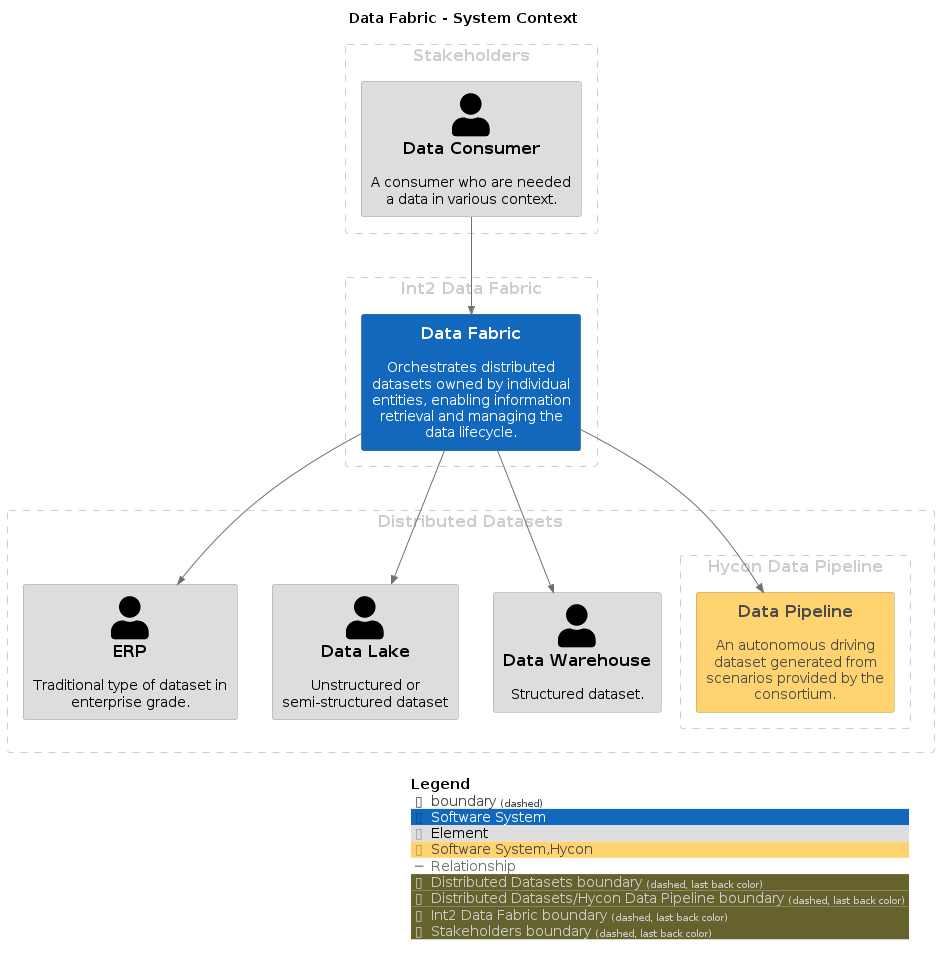
Above: master/png/SystemContext.png in IntellectusCorp/data-fabric-docs (PlantUML), before the change. Its diagram source:
```plantuml
@startuml
set separator none
title Data Fabric - System Context

top to bottom direction

!include <C4/C4>
!include <C4/C4_Context>

AddElementTag("Software System", $bgColor="#1168bd", $borderColor="#0b4884", $fontColor="#ffffff", $sprite="", $shadowing="")
AddElementTag("Element", $bgColor="#dddddd", $borderColor="#9a9a9a", $fontColor="#000000", $sprite="", $shadowing="")
AddElementTag("Software System,Hycon", $bgColor="#ffd470", $borderColor="#b2944e", $fontColor="#4a4a4a", $sprite="", $shadowing="")

AddRelTag("Relationship", $textColor="#707070", $lineColor="#707070", $lineStyle = "")

AddBoundaryTag("Distributed Datasets", $borderColor="#cccccc", $fontColor="#cccccc")
Boundary(group_1, "Distributed Datasets", $tags="Distributed Datasets") {
  Person(ERP, "ERP", $descr="Traditional type of dataset in enterprise grade.", $tags="Element", $link="")
  Person(DataLake, "Data Lake", $descr="Unstructured or semi-structured dataset", $tags="Element", $link="")
  Person(DataWarehouse, "Data Warehouse", $descr="Structured dataset.", $tags="Element", $link="")
    AddBoundaryTag("Distributed Datasets/Hycon Data Pipeline", $borderColor="#cccccc", $fontColor="#cccccc")
    Boundary(group_2, "Hycon Data Pipeline", $tags="Distributed Datasets/Hycon Data Pipeline") {
      System(DataPipeline, "Data Pipeline", $descr="An autonomous driving dataset generated from scenarios provided by the consortium.", $tags="Software System,Hycon", $link="")
    }

}

AddBoundaryTag("Int2 Data Fabric", $borderColor="#cccccc", $fontColor="#cccccc")
Boundary(group_3, "Int2 Data Fabric", $tags="Int2 Data Fabric") {
  System(DataFabric, "Data Fabric", $descr="Orchestrates distributed datasets owned by individual entities, enabling information retrieval and managing the data lifecycle.", $tags="Software System", $link="")
}

AddBoundaryTag("Stakeholders", $borderColor="#cccccc", $fontColor="#cccccc")
Boundary(group_4, "Stakeholders", $tags="Stakeholders") {
  Person(DataConsumer, "Data Consumer", $descr="A consumer who are needed a data in various context.", $tags="Element", $link="")
}


Rel_D(DataFabric, DataPipeline, "", $techn="", $tags="Relationship", $link="")
Rel_D(DataConsumer, DataFabric, "", $techn="", $tags="Relationship", $link="")
Rel_D(DataFabric, ERP, "", $techn="", $tags="Relationship", $link="")
Rel_D(DataFabric, DataLake, "", $techn="", $tags="Relationship", $link="")
Rel_D(DataFabric, DataWarehouse, "", $techn="", $tags="Relationship", $link="")

SHOW_LEGEND(true)
@enduml
```
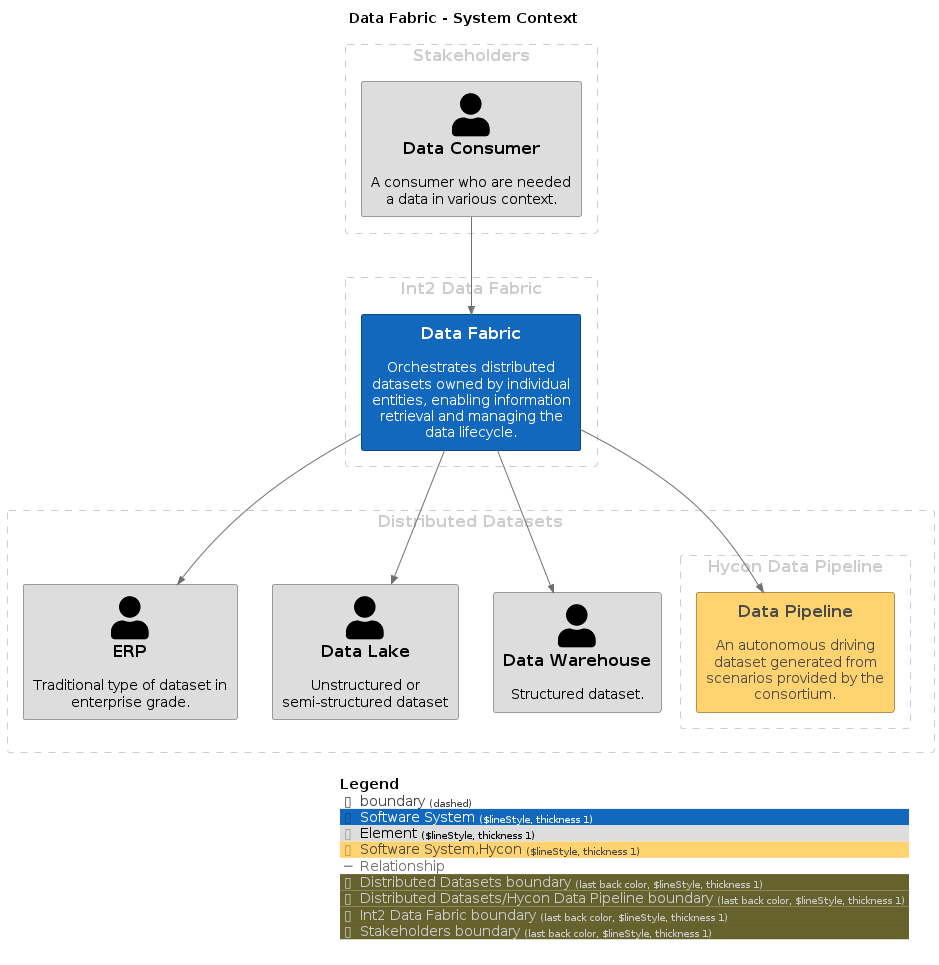
Later version of the same file.

The edit, as a diff of the source:
```diff
@@ -7,40 +7,40 @@
 !include <C4/C4>
 !include <C4/C4_Context>
 
-AddElementTag("Software System", $bgColor="#1168bd", $borderColor="#0b4884", $fontColor="#ffffff", $sprite="", $shadowing="")
-AddElementTag("Element", $bgColor="#dddddd", $borderColor="#9a9a9a", $fontColor="#000000", $sprite="", $shadowing="")
-AddElementTag("Software System,Hycon", $bgColor="#ffd470", $borderColor="#b2944e", $fontColor="#4a4a4a", $sprite="", $shadowing="")
+AddElementTag("Software System", $bgColor="#1168bd", $borderColor="#0b4884", $fontColor="#ffffff", $sprite="", $shadowing="", $borderStyle="Solid", $borderThickness="1")
+AddElementTag("Element", $bgColor="#dddddd", $borderColor="#9a9a9a", $fontColor="#000000", $sprite="", $shadowing="", $borderStyle="Solid", $borderThickness="1")
+AddElementTag("Software System,Hycon", $bgColor="#ffd470", $borderColor="#b2944e", $fontColor="#4a4a4a", $sprite="", $shadowing="", $borderStyle="Solid", $borderThickness="1")
 
 AddRelTag("Relationship", $textColor="#707070", $lineColor="#707070", $lineStyle = "")
 
-AddBoundaryTag("Distributed Datasets", $borderColor="#cccccc", $fontColor="#cccccc")
+AddBoundaryTag("Distributed Datasets", $borderColor="#cccccc", $fontColor="#cccccc", $borderStyle="Dashed", $borderThickness="1")
 Boundary(group_1, "Distributed Datasets", $tags="Distributed Datasets") {
   Person(ERP, "ERP", $descr="Traditional type of dataset in enterprise grade.", $tags="Element", $link="")
   Person(DataLake, "Data Lake", $descr="Unstructured or semi-structured dataset", $tags="Element", $link="")
   Person(DataWarehouse, "Data Warehouse", $descr="Structured dataset.", $tags="Element", $link="")
-    AddBoundaryTag("Distributed Datasets/Hycon Data Pipeline", $borderColor="#cccccc", $fontColor="#cccccc")
+    AddBoundaryTag("Distributed Datasets/Hycon Data Pipeline", $borderColor="#cccccc", $fontColor="#cccccc", $borderStyle="Dashed", $borderThickness="1")
     Boundary(group_2, "Hycon Data Pipeline", $tags="Distributed Datasets/Hycon Data Pipeline") {
       System(DataPipeline, "Data Pipeline", $descr="An autonomous driving dataset generated from scenarios provided by the consortium.", $tags="Software System,Hycon", $link="")
     }
 
 }
 
-AddBoundaryTag("Int2 Data Fabric", $borderColor="#cccccc", $fontColor="#cccccc")
+AddBoundaryTag("Int2 Data Fabric", $borderColor="#cccccc", $fontColor="#cccccc", $borderStyle="Dashed", $borderThickness="1")
 Boundary(group_3, "Int2 Data Fabric", $tags="Int2 Data Fabric") {
   System(DataFabric, "Data Fabric", $descr="Orchestrates distributed datasets owned by individual entities, enabling information retrieval and managing the data lifecycle.", $tags="Software System", $link="")
 }
 
-AddBoundaryTag("Stakeholders", $borderColor="#cccccc", $fontColor="#cccccc")
+AddBoundaryTag("Stakeholders", $borderColor="#cccccc", $fontColor="#cccccc", $borderStyle="Dashed", $borderThickness="1")
 Boundary(group_4, "Stakeholders", $tags="Stakeholders") {
   Person(DataConsumer, "Data Consumer", $descr="A consumer who are needed a data in various context.", $tags="Element", $link="")
 }
 
 
-Rel_D(DataFabric, DataPipeline, "", $techn="", $tags="Relationship", $link="")
-Rel_D(DataConsumer, DataFabric, "", $techn="", $tags="Relationship", $link="")
-Rel_D(DataFabric, ERP, "", $techn="", $tags="Relationship", $link="")
-Rel_D(DataFabric, DataLake, "", $techn="", $tags="Relationship", $link="")
-Rel_D(DataFabric, DataWarehouse, "", $techn="", $tags="Relationship", $link="")
+Rel(DataFabric, DataPipeline, "", $techn="", $tags="Relationship", $link="")
+Rel(DataConsumer, DataFabric, "", $techn="", $tags="Relationship", $link="")
+Rel(DataFabric, ERP, "", $techn="", $tags="Relationship", $link="")
+Rel(DataFabric, DataLake, "", $techn="", $tags="Relationship", $link="")
+Rel(DataFabric, DataWarehouse, "", $techn="", $tags="Relationship", $link="")
 
 SHOW_LEGEND(true)
 @enduml
```
